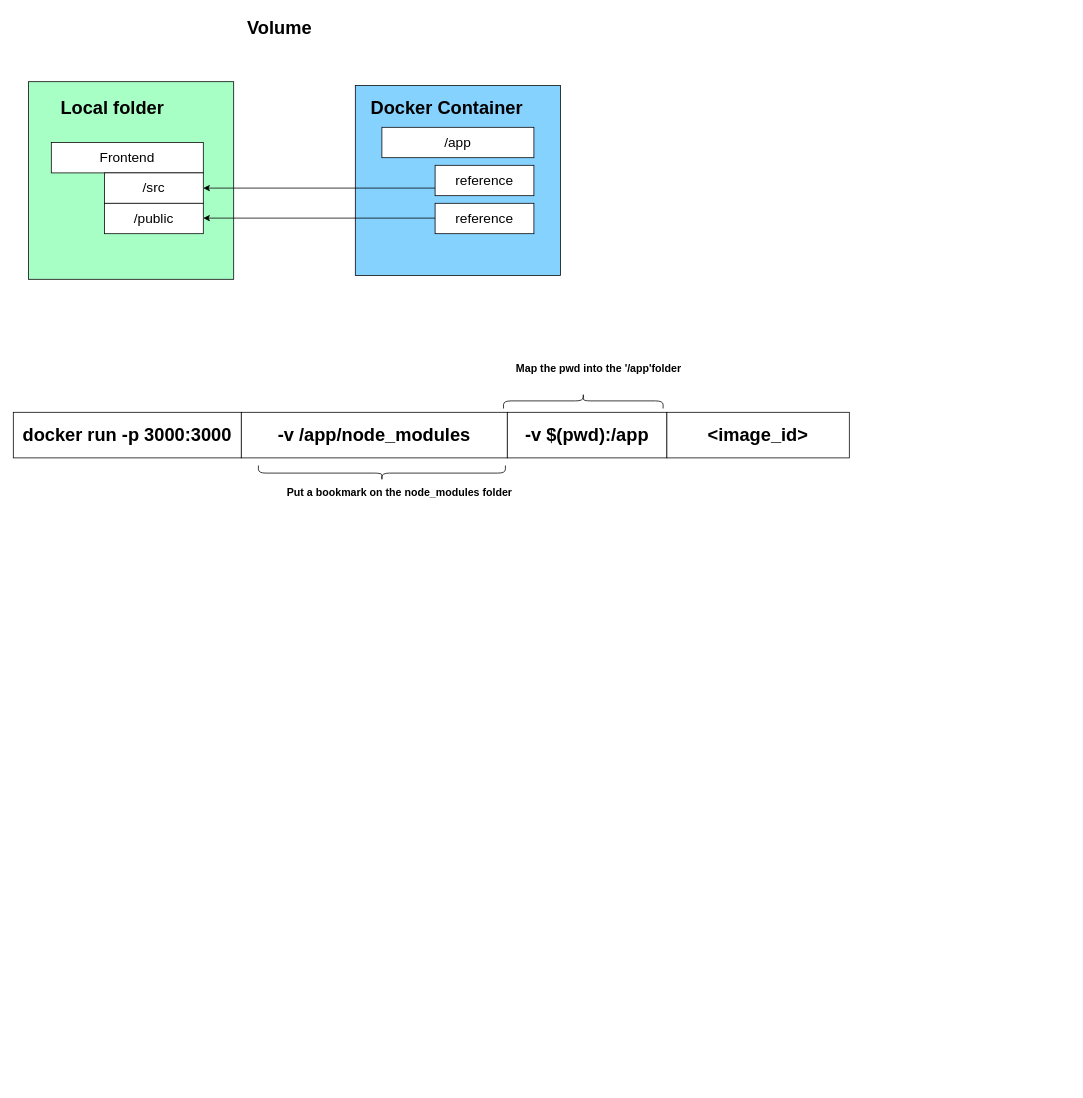
Earlier version of the draw.io diagram page "volume" (7 of 7) of Untitled Diagram.drawio (hephaestus88/docker). Source tidied: cells renumbered, new cells numbered last; positions are measured from the earlier drawing's top-left corner, leaving out a move shared by most shapes. Both pictures are drawn from the tidied source at 76%, with x=0, y=0 at pixel (13, 13).
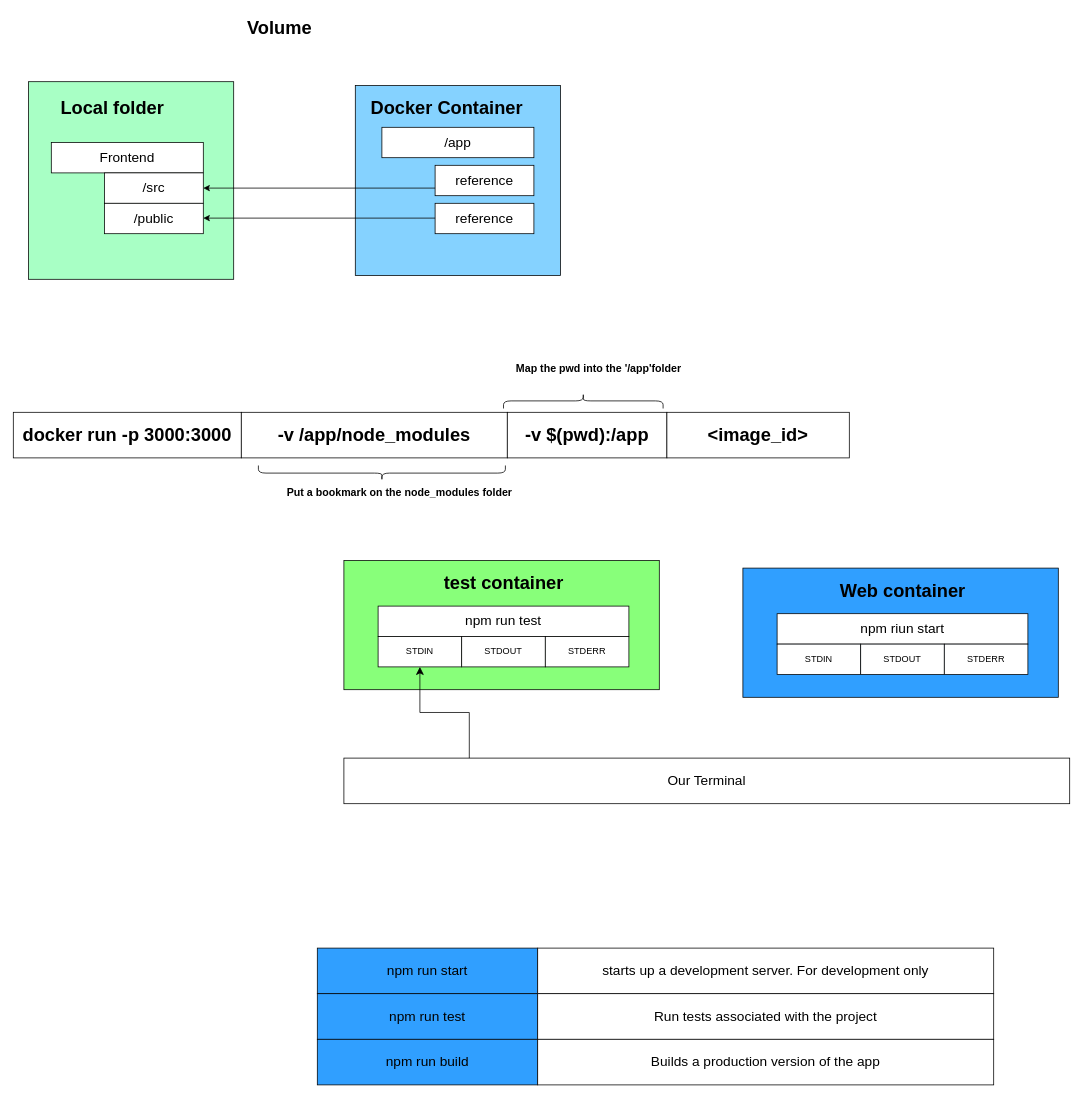
After the change.

Change to the diagram source:
```diff
@@
+    <mxCell id="24" style="rounded=0;whiteSpace=wrap;html=1;fillColor=#88FF7A;" parent="1" vertex="1">
+      <mxGeometry x="435" y="720" width="415" height="170" as="geometry" />
+    </mxCell>
+    <mxCell id="25" value="&lt;font style=&quot;font-size: 18px;&quot;&gt;npm run test&lt;/font&gt;" style="rounded=0;whiteSpace=wrap;html=1;" parent="1" vertex="1">
+      <mxGeometry x="480" y="780" width="330" height="40" as="geometry" />
+    </mxCell>
+    <mxCell id="26" value="STDIN" style="rounded=0;whiteSpace=wrap;html=1;" parent="1" vertex="1">
+      <mxGeometry x="480" y="820" width="110" height="40" as="geometry" />
+    </mxCell>
+    <mxCell id="27" value="STDOUT" style="rounded=0;whiteSpace=wrap;html=1;" parent="1" vertex="1">
+      <mxGeometry x="590" y="820" width="110" height="40" as="geometry" />
+    </mxCell>
+    <mxCell id="28" value="STDERR" style="rounded=0;whiteSpace=wrap;html=1;" parent="1" vertex="1">
+      <mxGeometry x="700" y="820" width="110" height="40" as="geometry" />
+    </mxCell>
+    <mxCell id="29" value="test container" style="text;strokeColor=none;fillColor=none;html=1;fontSize=24;fontStyle=1;verticalAlign=middle;align=center;" parent="1" vertex="1">
+      <mxGeometry x="570" y="730" width="150" height="40" as="geometry" />
+    </mxCell>
+    <mxCell id="30" style="rounded=0;whiteSpace=wrap;html=1;fillColor=#309FFF;" parent="1" vertex="1">
+      <mxGeometry x="960" y="730" width="415" height="170" as="geometry" />
+    </mxCell>
+    <mxCell id="31" value="&lt;font style=&quot;font-size: 18px;&quot;&gt;npm riun start&lt;/font&gt;" style="rounded=0;whiteSpace=wrap;html=1;" parent="1" vertex="1">
+      <mxGeometry x="1005" y="790" width="330" height="40" as="geometry" />
+    </mxCell>
+    <mxCell id="32" value="STDIN" style="rounded=0;whiteSpace=wrap;html=1;" parent="1" vertex="1">
+      <mxGeometry x="1005" y="830" width="110" height="40" as="geometry" />
+    </mxCell>
+    <mxCell id="33" value="STDOUT" style="rounded=0;whiteSpace=wrap;html=1;" parent="1" vertex="1">
+      <mxGeometry x="1115" y="830" width="110" height="40" as="geometry" />
+    </mxCell>
+    <mxCell id="34" value="STDERR" style="rounded=0;whiteSpace=wrap;html=1;" parent="1" vertex="1">
+      <mxGeometry x="1225" y="830" width="110" height="40" as="geometry" />
+    </mxCell>
+    <mxCell id="35" value="Web container" style="text;strokeColor=none;fillColor=none;html=1;fontSize=24;fontStyle=1;verticalAlign=middle;align=center;" parent="1" vertex="1">
+      <mxGeometry x="1095" y="740" width="150" height="40" as="geometry" />
+    </mxCell>
+    <mxCell id="36" value="&lt;font style=&quot;font-size: 18px;&quot;&gt;Our Terminal&lt;/font&gt;" style="rounded=0;whiteSpace=wrap;html=1;" parent="1" vertex="1">
+      <mxGeometry x="435" y="980" width="955" height="60" as="geometry" />
+    </mxCell>
+    <mxCell id="37" style="edgeStyle=elbowEdgeStyle;elbow=vertical;endArrow=classic;html=1;curved=0;rounded=0;endSize=8;startSize=8;entryX=0.5;entryY=1;entryDx=0;entryDy=0;" parent="1" edge="1" target="26">
+      <mxGeometry relative="1" as="geometry">
+        <mxPoint x="600" y="980" as="sourcePoint" />
+      </mxGeometry>
+    </mxCell>
+    <mxCell id="38" value="&lt;font style=&quot;font-size: 18px;&quot;&gt;npm run start&lt;/font&gt;" style="rounded=0;whiteSpace=wrap;html=1;fillColor=#309FFF;" parent="1" vertex="1">
+      <mxGeometry x="400" y="1230" width="290" height="60" as="geometry" />
+    </mxCell>
+    <mxCell id="39" value="&lt;font style=&quot;font-size: 18px;&quot;&gt;npm run test&lt;/font&gt;" style="rounded=0;whiteSpace=wrap;html=1;fillColor=#309FFF;" parent="1" vertex="1">
+      <mxGeometry x="400" y="1290" width="290" height="60" as="geometry" />
+    </mxCell>
+    <mxCell id="40" value="&lt;font style=&quot;font-size: 18px;&quot;&gt;npm run build&lt;/font&gt;" style="rounded=0;whiteSpace=wrap;html=1;fillColor=#309FFF;" parent="1" vertex="1">
+      <mxGeometry x="400" y="1350" width="290" height="60" as="geometry" />
+    </mxCell>
+    <mxCell id="41" value="&lt;font style=&quot;font-size: 18px;&quot;&gt;starts up a development server. For development only&lt;/font&gt;" style="rounded=0;whiteSpace=wrap;html=1;" parent="1" vertex="1">
+      <mxGeometry x="690" y="1230" width="600" height="60" as="geometry" />
+    </mxCell>
+    <mxCell id="42" value="&lt;font style=&quot;font-size: 18px;&quot;&gt;Run tests associated with the project&lt;/font&gt;" style="rounded=0;whiteSpace=wrap;html=1;" parent="1" vertex="1">
+      <mxGeometry x="690" y="1290" width="600" height="60" as="geometry" />
+    </mxCell>
+    <mxCell id="43" value="&lt;font style=&quot;font-size: 18px;&quot;&gt;Builds a production version of the app&lt;/font&gt;" style="rounded=0;whiteSpace=wrap;html=1;" parent="1" vertex="1">
+      <mxGeometry x="690" y="1350" width="600" height="60" as="geometry" />
+    </mxCell>
```
